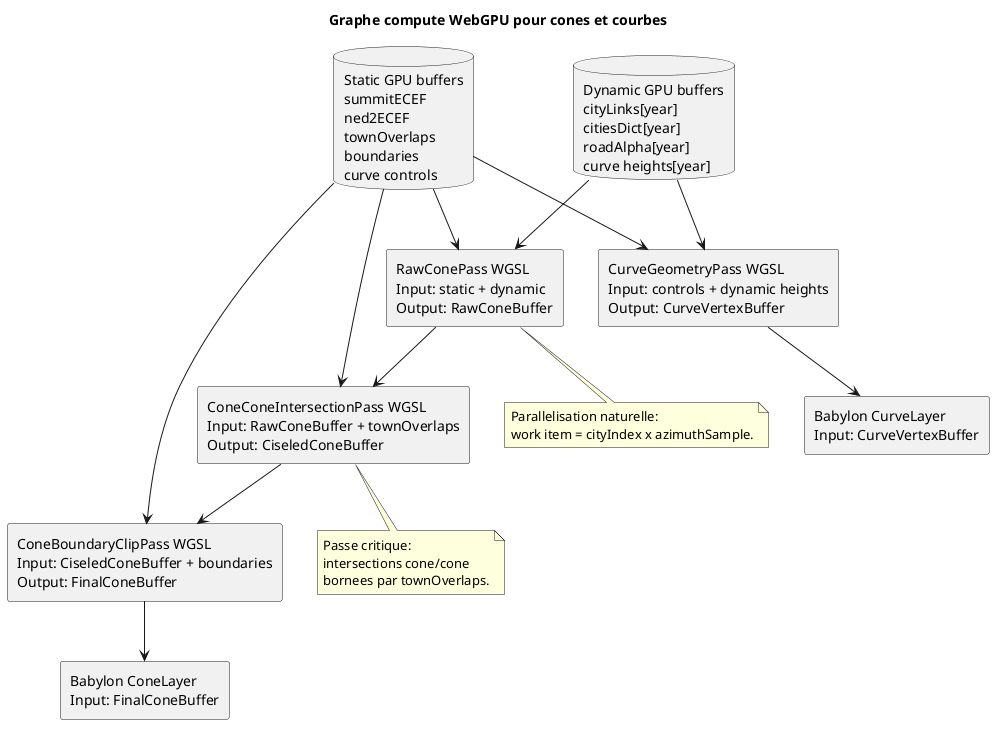
This is docs/diagrams/precompute/05-webgpu-compute-graph.png from kaktus40/shriveling_world, a PlantUML export, as it was before one commit.
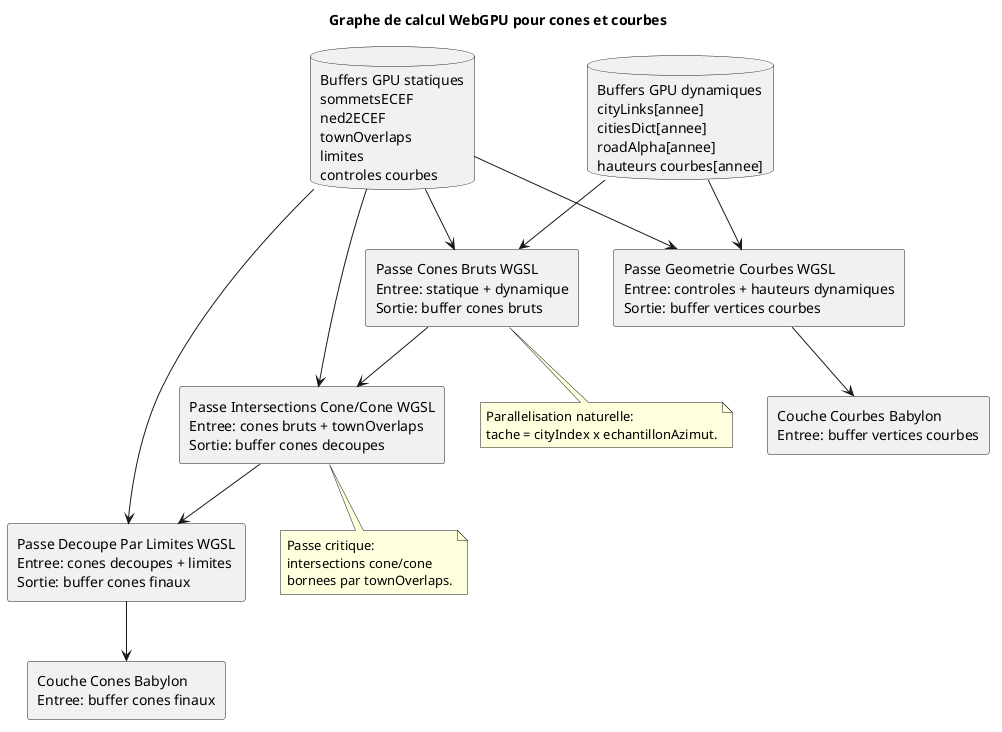
Later version of the same file.

Change to the diagram source:
```diff
@@ -1,17 +1,17 @@
 @startuml
-title Graphe compute WebGPU pour cones et courbes
+title Graphe de calcul WebGPU pour cones et courbes
 
 skinparam componentStyle rectangle
 
-database "Static GPU buffers\nsummitECEF\nned2ECEF\ntownOverlaps\nboundaries\ncurve controls" as staticBuffers
-database "Dynamic GPU buffers\ncityLinks[year]\ncitiesDict[year]\nroadAlpha[year]\ncurve heights[year]" as dynamicBuffers
+database "Buffers GPU statiques\nsommetsECEF\nned2ECEF\ntownOverlaps\nlimites\ncontroles courbes" as staticBuffers
+database "Buffers GPU dynamiques\ncityLinks[annee]\ncitiesDict[annee]\nroadAlpha[annee]\nhauteurs courbes[annee]" as dynamicBuffers
 
-component "RawConePass WGSL\nInput: static + dynamic\nOutput: RawConeBuffer" as raw
-component "ConeConeIntersectionPass WGSL\nInput: RawConeBuffer + townOverlaps\nOutput: CiseledConeBuffer" as ciseled
-component "ConeBoundaryClipPass WGSL\nInput: CiseledConeBuffer + boundaries\nOutput: FinalConeBuffer" as final
-component "CurveGeometryPass WGSL\nInput: controls + dynamic heights\nOutput: CurveVertexBuffer" as curve
-component "Babylon ConeLayer\nInput: FinalConeBuffer" as coneLayer
-component "Babylon CurveLayer\nInput: CurveVertexBuffer" as curveLayer
+component "Passe Cones Bruts WGSL\nEntree: statique + dynamique\nSortie: buffer cones bruts" as raw
+component "Passe Intersections Cone/Cone WGSL\nEntree: cones bruts + townOverlaps\nSortie: buffer cones decoupes" as ciseled
+component "Passe Decoupe Par Limites WGSL\nEntree: cones decoupes + limites\nSortie: buffer cones finaux" as final
+component "Passe Geometrie Courbes WGSL\nEntree: controles + hauteurs dynamiques\nSortie: buffer vertices courbes" as curve
+component "Couche Cones Babylon\nEntree: buffer cones finaux" as coneLayer
+component "Couche Courbes Babylon\nEntree: buffer vertices courbes" as curveLayer
 
 staticBuffers --> raw
 dynamicBuffers --> raw
@@ -26,7 +26,7 @@
 
 note bottom of raw
   Parallelisation naturelle:
-  work item = cityIndex x azimuthSample.
+  tache = cityIndex x echantillonAzimut.
 end note
 
 note bottom of ciseled
```
